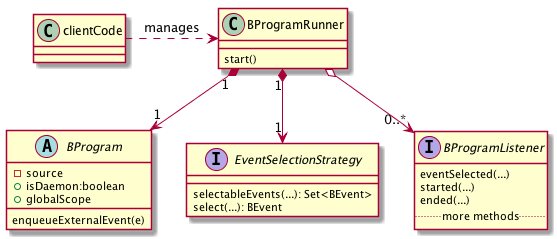
Earlier version of the PlantUML export docs/source/images/bprogram-running.png (bThink-BGU/BPjs). Its diagram source:
```plantuml
@startuml
skinparam backgroundcolor transparent

class clientCode

class BProgramRunner {
  start()
}

abstract class BProgram {
    - source
    + isDaemon:boolean
    + globalScope
    enqueueExternalEvent(e)

}

interface EventSelectionStrategy {
  selectableEvents(...): Set<BEvent>
  select(...): BEvent
}

interface BProgramListener {
  eventSelected(...)
  started(...)
  ended(...)
  .. more methods ..
}

clientCode .right.> BProgramRunner : manages
BProgramRunner "1" *--> "1" BProgram
BProgramRunner "1" *--> "1" EventSelectionStrategy
BProgramRunner     o--> "0..*" BProgramListener

@enduml
```
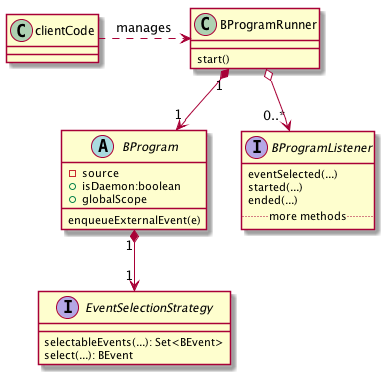
The same diagram one commit later.

Commit message:
Moved the event selection strategy back into the bprogram

Change to the diagram source:
```diff
@@ -29,7 +29,7 @@
 
 clientCode .right.> BProgramRunner : manages
 BProgramRunner "1" *--> "1" BProgram
-BProgramRunner "1" *--> "1" EventSelectionStrategy
+BProgram "1" *--> "1" EventSelectionStrategy
 BProgramRunner     o--> "0..*" BProgramListener
 
 @enduml
```
